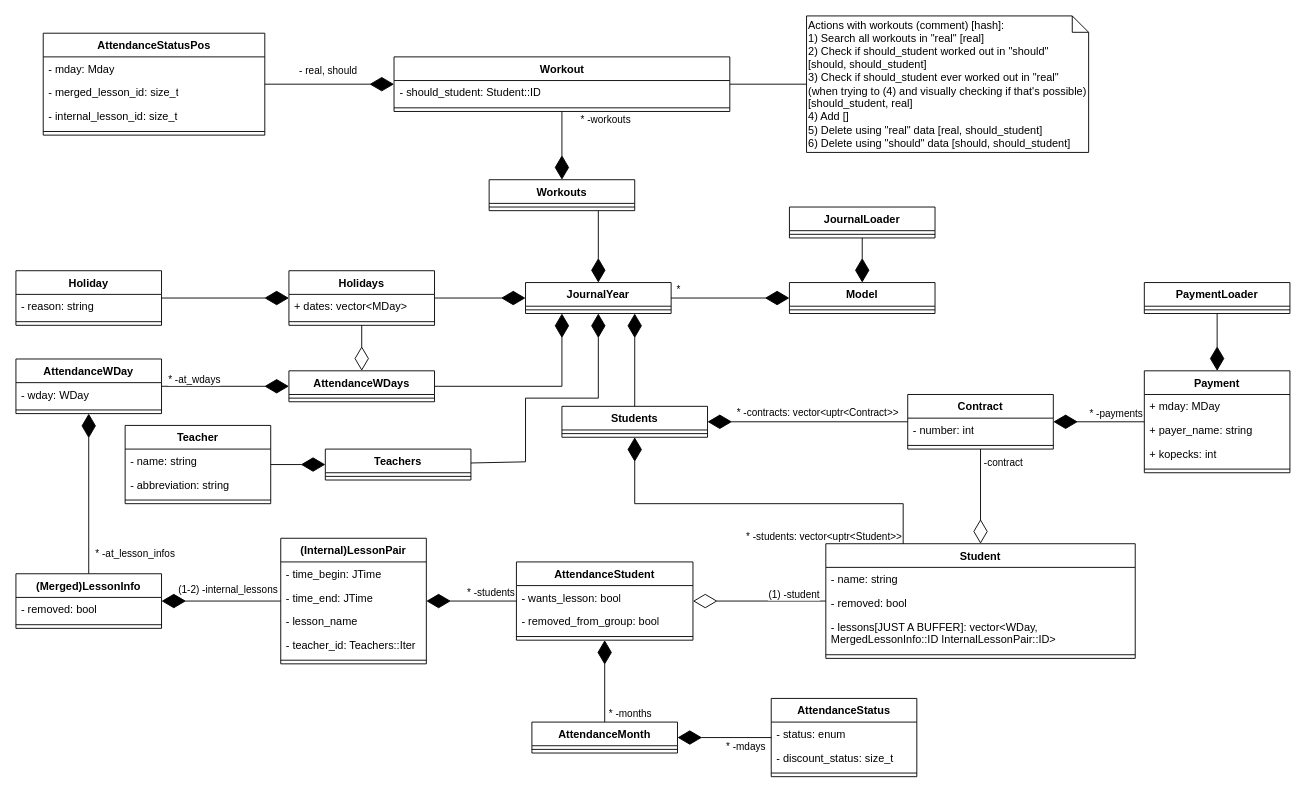
Earlier version of the draw.io diagram probe/ModelUML.drawio (mpv-enjoyer/imgui_journal). Source tidied: cells renumbered, new cells numbered last; positions are measured from the earlier drawing's top-left corner, leaving out a move shared by most shapes. Both pictures are drawn from the tidied source at 91%, with x=0, y=0 at pixel (15, 15).
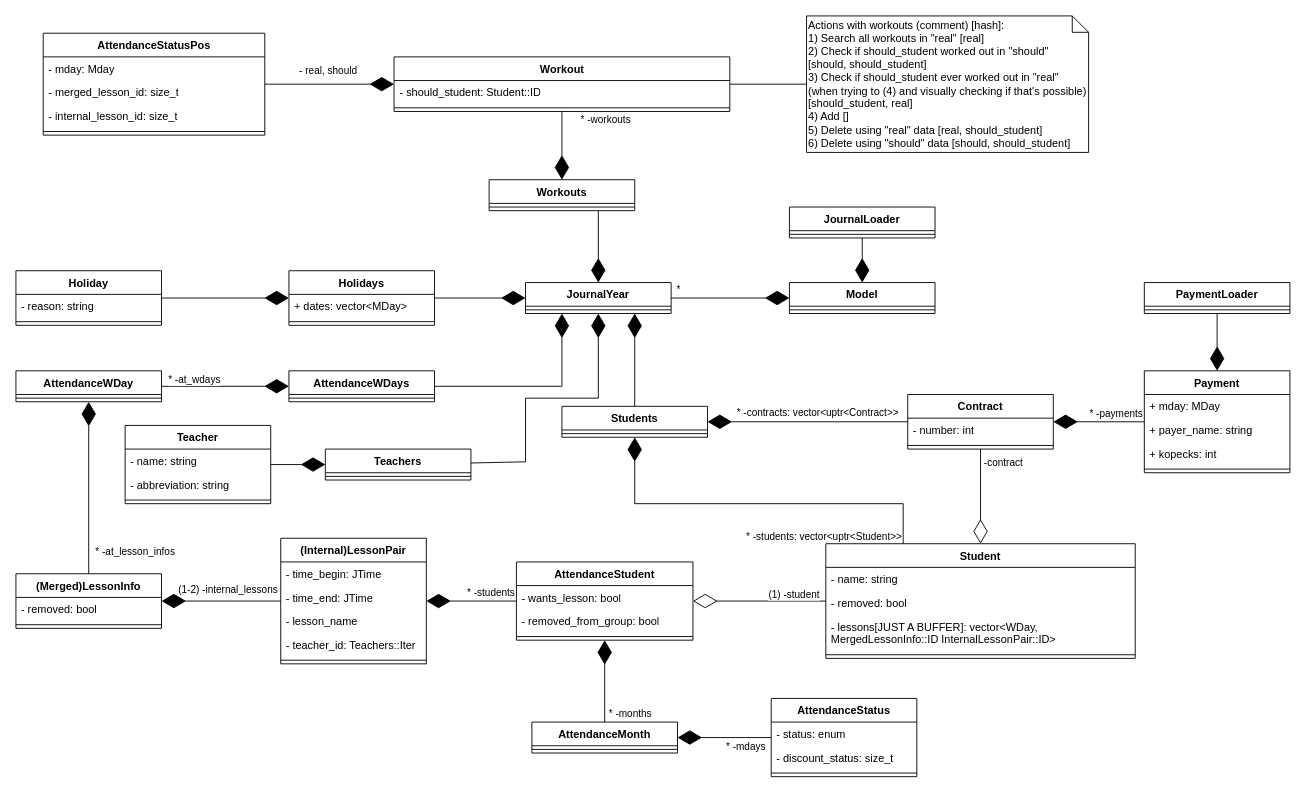
The same diagram, later.

The change refers to these unchanged cells:
```xml
<mxCell id="79" value="Holidays" style="swimlane;fontStyle=1;align=center;verticalAlign=top;horizontal=1;startSize=26;whiteSpace=wrap;html=1;" parent="1" vertex="1">
  <mxGeometry x="300" y="280" width="160" height="60" as="geometry" />
</mxCell>
<mxCell id="83" value="AttendanceWDays" style="swimlane;fontStyle=1;align=center;verticalAlign=top;horizontal=1;startSize=26;whiteSpace=wrap;html=1;" parent="1" vertex="1">
  <mxGeometry x="300" y="390" width="160" height="34" as="geometry" />
</mxCell>
```

What changed in the source:
```diff
@@
     <mxCell id="10" value="AttendanceWDay" style="swimlane;fontStyle=1;align=center;verticalAlign=top;horizontal=1;startSize=26;whiteSpace=wrap;html=1;" parent="1" vertex="1">
-      <mxGeometry y="377" width="160" height="60" as="geometry" />
+      <mxGeometry y="390" width="160" height="34" as="geometry" />
     </mxCell>
-    <mxCell id="11" value="- wday: WDay" style="text;strokeColor=none;fillColor=none;align=left;verticalAlign=top;spacingLeft=4;spacingRight=4;overflow=hidden;whiteSpace=wrap;html=1;" parent="10" vertex="1">
-      <mxGeometry y="26" width="160" height="26" as="geometry" />
-    </mxCell>
     <mxCell id="12" style="line;strokeWidth=1;fillColor=none;align=left;verticalAlign=middle;spacingTop=-1;spacingLeft=3;spacingRight=3;labelPosition=right;strokeColor=inherit;" parent="10" vertex="1">
-      <mxGeometry y="52" width="160" height="8" as="geometry" />
+      <mxGeometry y="26" width="160" height="8" as="geometry" />
     </mxCell>
@@
-    <mxCell id="82" style="endArrow=diamondThin;endFill=0;endSize=24;html=1;rounded=0;" parent="1" edge="1" source="79" target="83">
-      <mxGeometry relative="1" as="geometry" />
-    </mxCell>
```
